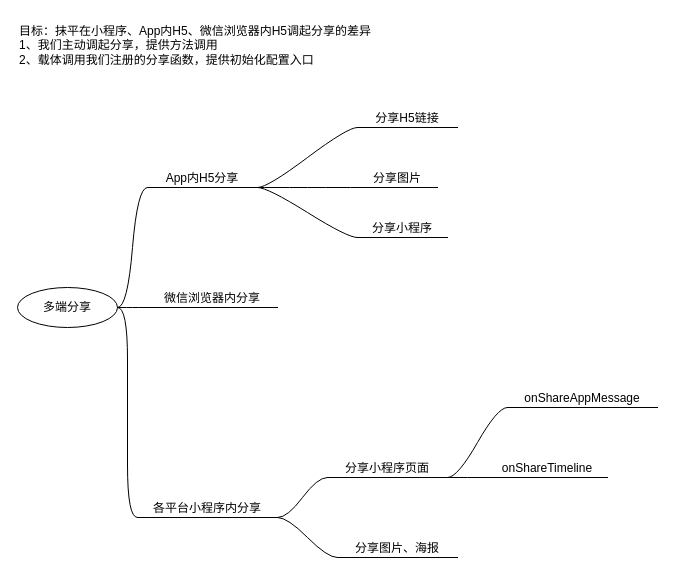
Above: share.drawio in Rainbow-556/TechProposal (draw.io), before the change. Source tidied: cells renumbered, new cells numbered last; positions are measured from the earlier drawing's top-left corner, leaving out a move shared by most shapes. Both pictures are drawn from the tidied source at 100%, with x=0, y=0 at pixel (17, 17).
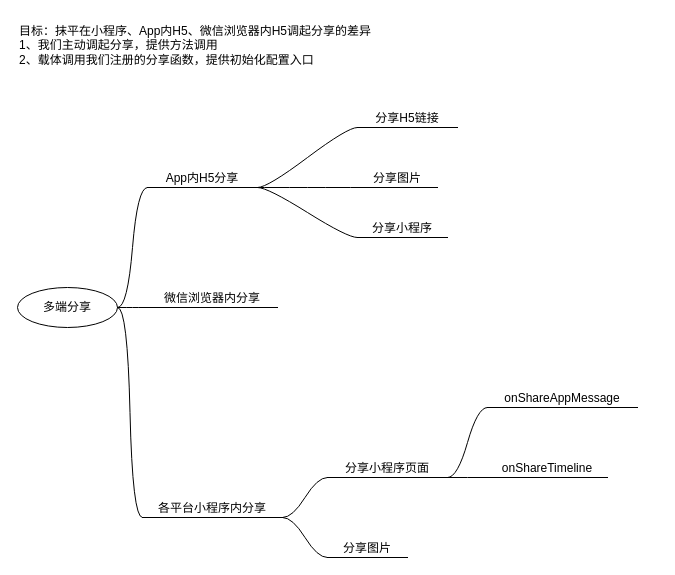
The same page after the edit.

Change to the diagram source:
```diff
@@
     <mxCell id="5" value="各平台小程序内分享" style="whiteSpace=wrap;html=1;shape=partialRectangle;top=0;left=0;bottom=1;right=0;points=[[0,1],[1,1]];fillColor=none;align=center;verticalAlign=bottom;routingCenterY=0.5;snapToPoint=1;newEdgeStyle={&quot;edgeStyle&quot;:&quot;entityRelationEdgeStyle&quot;,&quot;startArrow&quot;:&quot;none&quot;,&quot;endArrow&quot;:&quot;none&quot;,&quot;segment&quot;:10,&quot;curved&quot;:1};strokeColor=#000000;" parent="1" vertex="1">
-      <mxGeometry x="120" y="480" width="140" height="20" as="geometry" />
+      <mxGeometry x="125" y="480" width="140" height="20" as="geometry" />
     </mxCell>
@@
     <mxCell id="18" value="onShareAppMessage" style="whiteSpace=wrap;html=1;shape=partialRectangle;top=0;left=0;bottom=1;right=0;points=[[0,1],[1,1]];fillColor=none;align=center;verticalAlign=bottom;routingCenterY=0.5;snapToPoint=1;newEdgeStyle={&quot;edgeStyle&quot;:&quot;entityRelationEdgeStyle&quot;,&quot;startArrow&quot;:&quot;none&quot;,&quot;endArrow&quot;:&quot;none&quot;,&quot;segment&quot;:10,&quot;curved&quot;:1};strokeColor=#000000;" parent="1" vertex="1">
-      <mxGeometry x="490" y="370" width="150" height="20" as="geometry" />
+      <mxGeometry x="470" y="370" width="150" height="20" as="geometry" />
     </mxCell>
@@
-    <mxCell id="22" value="分享图片、海报" style="whiteSpace=wrap;html=1;shape=partialRectangle;top=0;left=0;bottom=1;right=0;points=[[0,1],[1,1]];fillColor=none;align=center;verticalAlign=bottom;routingCenterY=0.5;snapToPoint=1;newEdgeStyle={&quot;edgeStyle&quot;:&quot;entityRelationEdgeStyle&quot;,&quot;startArrow&quot;:&quot;none&quot;,&quot;endArrow&quot;:&quot;none&quot;,&quot;segment&quot;:10,&quot;curved&quot;:1};strokeColor=#000000;" parent="1" vertex="1">
-      <mxGeometry x="320" y="520" width="120" height="20" as="geometry" />
+    <mxCell id="22" value="分享图片" style="whiteSpace=wrap;html=1;shape=partialRectangle;top=0;left=0;bottom=1;right=0;points=[[0,1],[1,1]];fillColor=none;align=center;verticalAlign=bottom;routingCenterY=0.5;snapToPoint=1;newEdgeStyle={&quot;edgeStyle&quot;:&quot;entityRelationEdgeStyle&quot;,&quot;startArrow&quot;:&quot;none&quot;,&quot;endArrow&quot;:&quot;none&quot;,&quot;segment&quot;:10,&quot;curved&quot;:1};strokeColor=#000000;" parent="1" vertex="1">
+      <mxGeometry x="310" y="520" width="80" height="20" as="geometry" />
     </mxCell>
```
